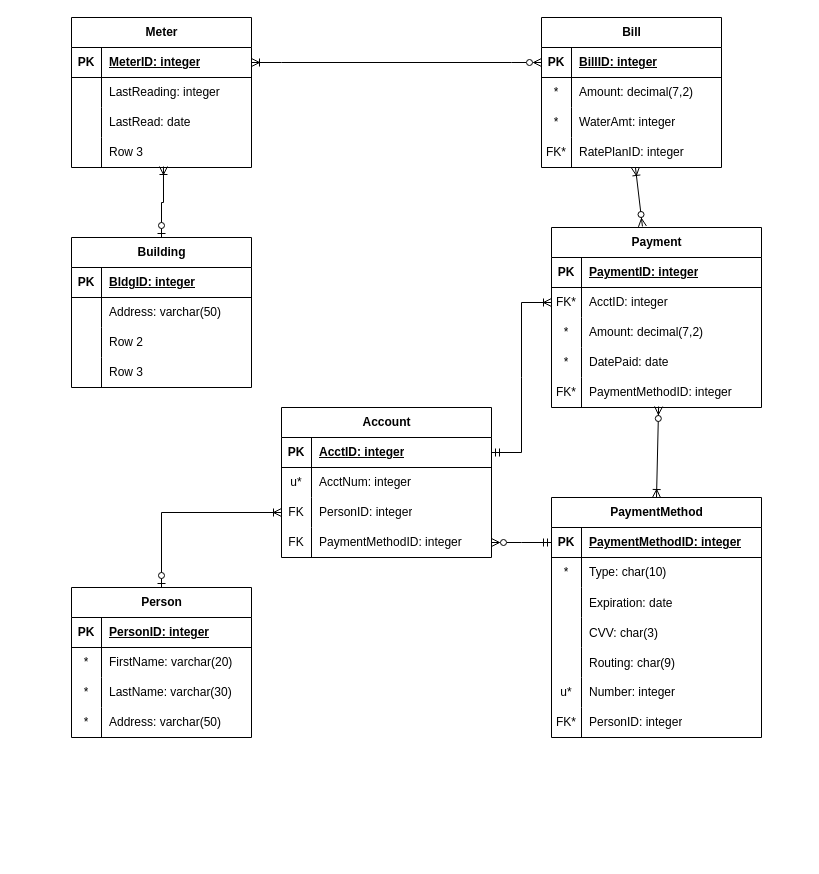
Before: water-system.drawio in phbrownacmorg/csc305fa26, a draw.io diagram. Source tidied: cells renumbered, new cells numbered last; positions are measured from the earlier drawing's top-left corner, leaving out a move shared by most shapes. Both pictures are drawn from the tidied source at 100%, with x=0, y=0 at pixel (71, 17).
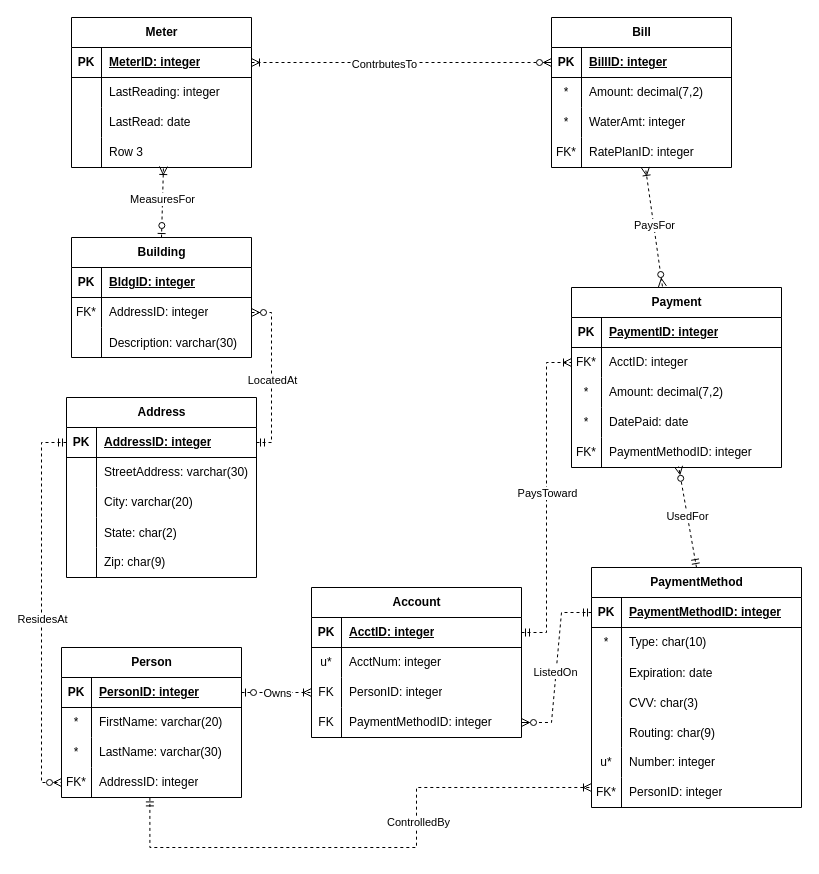
The same page after the edit.

Commit message (it also covers changes not shown here):
Refinement session 1

Unchanged cells that the change refers to:
```xml
<mxCell id="6" style="shape=tableRow;horizontal=0;startSize=0;swimlaneHead=0;swimlaneBody=0;fillColor=none;points=[[0,0.5],[1,0.5]];portConstraint=eastwest;top=0;left=0;right=0;bottom=0;" parent="2" vertex="1">
  <mxGeometry y="60" width="180" height="30" as="geometry" />
</mxCell>
<mxCell id="9" style="shape=tableRow;horizontal=0;startSize=0;swimlaneHead=0;swimlaneBody=0;fillColor=none;top=0;left=0;right=0;bottom=0;" parent="2" vertex="1">
  <mxGeometry y="90" width="180" height="30" as="geometry" />
</mxCell>
<mxCell id="16" style="shape=tableRow;horizontal=0;startSize=0;swimlaneHead=0;swimlaneBody=0;fillColor=none;points=[[0,0.5],[1,0.5]];portConstraint=eastwest;top=0;left=0;right=0;bottom=1;" parent="15" vertex="1">
  <mxGeometry y="30" width="210" height="30" as="geometry" />
</mxCell>
<mxCell id="22" style="shape=tableRow;horizontal=0;startSize=0;swimlaneHead=0;swimlaneBody=0;fillColor=none;points=[[0,0.5],[1,0.5]];portConstraint=eastwest;top=0;left=0;right=0;bottom=0;" parent="15" vertex="1">
  <mxGeometry y="90" width="210" height="30" as="geometry" />
</mxCell>
<mxCell id="25" style="shape=tableRow;horizontal=0;startSize=0;swimlaneHead=0;swimlaneBody=0;fillColor=none;points=[[0,0.5],[1,0.5]];portConstraint=eastwest;top=0;left=0;right=0;bottom=0;" parent="15" vertex="1">
  <mxGeometry y="120" width="210" height="30" as="geometry" />
</mxCell>
<mxCell id="29" style="shape=tableRow;horizontal=0;startSize=0;swimlaneHead=0;swimlaneBody=0;fillColor=none;points=[[0,0.5],[1,0.5]];portConstraint=eastwest;top=0;left=0;right=0;bottom=1;" parent="28" vertex="1">
  <mxGeometry y="30" width="180" height="30" as="geometry" />
</mxCell>
<mxCell id="38" style="shape=tableRow;horizontal=0;startSize=0;swimlaneHead=0;swimlaneBody=0;fillColor=none;points=[[0,0.5],[1,0.5]];portConstraint=eastwest;top=0;left=0;right=0;bottom=0;" parent="28" vertex="1">
  <mxGeometry y="120" width="180" height="30" as="geometry" />
</mxCell>
<mxCell id="42" style="shape=tableRow;horizontal=0;startSize=0;swimlaneHead=0;swimlaneBody=0;fillColor=none;points=[[0,0.5],[1,0.5]];portConstraint=eastwest;top=0;left=0;right=0;bottom=1;" parent="41" vertex="1">
  <mxGeometry y="30" width="180" height="30" as="geometry" />
</mxCell>
<mxCell id="51" style="shape=tableRow;horizontal=0;startSize=0;swimlaneHead=0;swimlaneBody=0;fillColor=none;points=[[0,0.5],[1,0.5]];portConstraint=eastwest;top=0;left=0;right=0;bottom=0;" parent="41" vertex="1">
  <mxGeometry y="120" width="180" height="30" as="geometry" />
</mxCell>
<mxCell id="55" style="shape=tableRow;horizontal=0;startSize=0;swimlaneHead=0;swimlaneBody=0;fillColor=none;points=[[0,0.5],[1,0.5]];portConstraint=eastwest;top=0;left=0;right=0;bottom=1;" parent="54" vertex="1">
  <mxGeometry y="30" width="180" height="30" as="geometry" />
</mxCell>
<mxCell id="64" style="shape=tableRow;horizontal=0;startSize=0;swimlaneHead=0;swimlaneBody=0;fillColor=none;points=[[0,0.5],[1,0.5]];portConstraint=eastwest;top=0;left=0;right=0;bottom=0;" parent="54" vertex="1">
  <mxGeometry y="120" width="180" height="30" as="geometry" />
</mxCell>
<mxCell id="73" style="shape=tableRow;horizontal=0;startSize=0;swimlaneHead=0;swimlaneBody=0;fillColor=none;points=[[0,0.5],[1,0.5]];portConstraint=eastwest;top=0;left=0;right=0;bottom=0;" parent="69" vertex="1">
  <mxGeometry y="60" width="210" height="30" as="geometry" />
</mxCell>
<mxCell id="82" style="shape=tableRow;horizontal=0;startSize=0;swimlaneHead=0;swimlaneBody=0;fillColor=none;points=[[0,0.5],[1,0.5]];portConstraint=eastwest;top=0;left=0;right=0;bottom=0;" parent="69" vertex="1">
  <mxGeometry y="150" width="210" height="30" as="geometry" />
</mxCell>
<mxCell id="86" style="shape=tableRow;horizontal=0;startSize=0;swimlaneHead=0;swimlaneBody=0;fillColor=none;points=[[0,0.5],[1,0.5]];portConstraint=eastwest;top=0;left=0;right=0;bottom=1;" parent="85" vertex="1">
  <mxGeometry y="30" width="210" height="30" as="geometry" />
</mxCell>
<mxCell id="104" style="shape=tableRow;horizontal=0;startSize=0;swimlaneHead=0;swimlaneBody=0;fillColor=none;points=[[0,0.5],[1,0.5]];portConstraint=eastwest;top=0;left=0;right=0;bottom=0;" parent="85" vertex="1">
  <mxGeometry y="210" width="210" height="30" as="geometry" />
</mxCell>
```

The edit, as a diff of the source:
```diff
@@
     <mxCell id="2" value="Building" style="shape=table;startSize=30;childLayout=tableLayout;rowLines=0;fontStyle=1;align=center;html=1;" parent="1" vertex="1">
-      <mxGeometry y="220" width="180" height="150" as="geometry" />
+      <mxGeometry y="220" width="180" height="120" as="geometry" />
     </mxCell>
@@
-    <mxCell id="7" style="shape=partialRectangle;fillColor=none;top=0;left=0;bottom=0;right=0;overflow=hidden;whiteSpace=wrap;html=1;" parent="6" vertex="1">
+    <mxCell id="7" value="FK*" style="shape=partialRectangle;fillColor=none;top=0;left=0;bottom=0;right=0;overflow=hidden;whiteSpace=wrap;html=1;" parent="6" vertex="1">
       <mxGeometry width="30" height="30" as="geometry" />
     </mxCell>
-    <mxCell id="8" value="Address: varchar(50)" style="shape=partialRectangle;fillColor=none;top=0;left=0;bottom=0;right=0;align=left;spacingLeft=6;overflow=hidden;whiteSpace=wrap;html=1;" parent="6" vertex="1">
+    <mxCell id="8" value="AddressID: integer" style="shape=partialRectangle;fillColor=none;top=0;left=0;bottom=0;right=0;align=left;spacingLeft=6;overflow=hidden;whiteSpace=wrap;html=1;" parent="6" vertex="1">
       <mxGeometry x="30" width="150" height="30" as="geometry" />
     </mxCell>
@@
-    <mxCell id="10" style="shape=partialRectangle;fillColor=none;top=0;left=0;bottom=0;right=0;overflow=hidden;whiteSpace=wrap;html=1;" parent="9" vertex="1">
-      <mxGeometry width="30" height="30" as="geometry" />
-    </mxCell>
-    <mxCell id="11" value="Row 2" style="shape=partialRectangle;fillColor=none;top=0;left=0;bottom=0;right=0;align=left;spacingLeft=6;overflow=hidden;whiteSpace=wrap;html=1;" parent="9" vertex="1">
-      <mxGeometry x="30" width="150" height="30" as="geometry" />
-    </mxCell>
-    <mxCell id="12" style="shape=tableRow;horizontal=0;startSize=0;swimlaneHead=0;swimlaneBody=0;fillColor=none;top=0;left=0;right=0;bottom=0;" parent="2" vertex="1">
-      <mxGeometry y="120" width="180" height="30" as="geometry" />
-    </mxCell>
-    <mxCell id="13" style="shape=partialRectangle;fillColor=none;top=0;left=0;bottom=0;right=0;overflow=hidden;whiteSpace=wrap;html=1;" parent="12" vertex="1">
-      <mxGeometry width="30" height="30" as="geometry" />
-    </mxCell>
-    <mxCell id="14" value="Row 3" style="shape=partialRectangle;fillColor=none;top=0;left=0;bottom=0;right=0;align=left;spacingLeft=6;overflow=hidden;whiteSpace=wrap;html=1;" parent="12" vertex="1">
-      <mxGeometry x="30" width="150" height="30" as="geometry" />
-    </mxCell>
+    <mxCell id="112" style="shape=partialRectangle;fillColor=none;top=0;left=0;bottom=0;right=0;overflow=hidden;" parent="9" vertex="1">
+      <mxGeometry width="30" height="30" as="geometry" />
+    </mxCell>
+    <mxCell id="113" value="Description: varchar(30)" style="shape=partialRectangle;fillColor=none;top=0;left=0;bottom=0;right=0;align=left;spacingLeft=6;overflow=hidden;" parent="9" vertex="1">
+      <mxGeometry x="30" width="150" height="30" as="geometry" />
+    </mxCell>
     <mxCell id="15" value="Account" style="shape=table;startSize=30;childLayout=tableLayout;rowLines=0;fontStyle=1;align=center;html=1;" parent="1" vertex="1">
-      <mxGeometry x="210" y="390" width="210" height="150" as="geometry" />
+      <mxGeometry x="240" y="570" width="210" height="150" as="geometry" />
     </mxCell>
@@
     <mxCell id="28" value="Person" style="shape=table;startSize=30;childLayout=tableLayout;rowLines=0;fontStyle=1;align=center;html=1;" parent="1" vertex="1">
-      <mxGeometry y="570" width="180" height="150" as="geometry" />
+      <mxGeometry x="-10" y="630" width="180" height="150" as="geometry" />
     </mxCell>
@@
-    <mxCell id="39" value="*" style="shape=partialRectangle;fillColor=none;top=0;left=0;bottom=0;right=0;overflow=hidden;whiteSpace=wrap;html=1;" parent="38" vertex="1">
+    <mxCell id="39" value="FK*" style="shape=partialRectangle;fillColor=none;top=0;left=0;bottom=0;right=0;overflow=hidden;whiteSpace=wrap;html=1;" parent="38" vertex="1">
       <mxGeometry width="30" height="30" as="geometry" />
     </mxCell>
-    <mxCell id="40" value="Address: varchar(50)" style="shape=partialRectangle;fillColor=none;top=0;left=0;bottom=0;right=0;align=left;spacingLeft=6;overflow=hidden;whiteSpace=wrap;html=1;" parent="38" vertex="1">
+    <mxCell id="40" value="AddressID: integer" style="shape=partialRectangle;fillColor=none;top=0;left=0;bottom=0;right=0;align=left;spacingLeft=6;overflow=hidden;whiteSpace=wrap;html=1;" parent="38" vertex="1">
       <mxGeometry x="30" width="150" height="30" as="geometry" />
     </mxCell>
@@
     <mxCell id="54" value="Bill" style="shape=table;startSize=30;childLayout=tableLayout;rowLines=0;fontStyle=1;align=center;html=1;" parent="1" vertex="1">
-      <mxGeometry x="470" width="180" height="150" as="geometry" />
+      <mxGeometry x="480" width="180" height="150" as="geometry" />
     </mxCell>
@@
-    <mxCell id="67" style="fontSize=12;html=1;endArrow=ERoneToMany;startArrow=ERzeroToOne;rounded=0;exitX=0.5;exitY=0;exitDx=0;exitDy=0;entryX=0.511;entryY=0.967;entryDx=0;entryDy=0;entryPerimeter=0;edgeStyle=orthogonalEdgeStyle;" parent="1" edge="1" source="2" target="51">
+    <mxCell id="67" style="fontSize=12;html=1;endArrow=ERoneToMany;startArrow=ERzeroToOne;rounded=0;exitX=0.5;exitY=0;exitDx=0;exitDy=0;entryX=0.511;entryY=0.967;entryDx=0;entryDy=0;entryPerimeter=0;dashed=1;" parent="1" edge="1" source="2" target="51">
       <mxGeometry relative="1" as="geometry" />
     </mxCell>
+    <mxCell id="114" value="MeasuresFor" style="edgeLabel;html=1;align=center;verticalAlign=middle;" parent="67" vertex="1">
+      <mxGeometry x="0.07" y="1" relative="1" as="geometry" />
+    </mxCell>
-    <mxCell id="68" style="edgeStyle=entityRelationEdgeStyle;fontSize=12;html=1;endArrow=ERzeroToMany;startArrow=ERoneToMany;rounded=0;entryX=0;entryY=0.5;entryDx=0;entryDy=0;exitX=1;exitY=0.5;exitDx=0;exitDy=0;endFill=0;" parent="1" edge="1" source="42" target="55">
+    <mxCell id="68" style="edgeStyle=entityRelationEdgeStyle;fontSize=12;html=1;endArrow=ERzeroToMany;startArrow=ERoneToMany;rounded=0;entryX=0;entryY=0.5;entryDx=0;entryDy=0;exitX=1;exitY=0.5;exitDx=0;exitDy=0;endFill=0;dashed=1;" parent="1" edge="1" source="42" target="55">
       <mxGeometry relative="1" as="geometry" />
     </mxCell>
+    <mxCell id="115" value="ContrbutesTo" style="edgeLabel;html=1;align=center;verticalAlign=middle;" parent="68" vertex="1">
+      <mxGeometry x="-0.12" y="-1" relative="1" as="geometry" />
+    </mxCell>
     <mxCell id="69" value="Payment" style="shape=table;startSize=30;childLayout=tableLayout;rowLines=0;fontStyle=1;align=center;html=1;" parent="1" vertex="1">
-      <mxGeometry x="480" y="210" width="210" height="180" as="geometry" />
+      <mxGeometry x="500" y="270" width="210" height="180" as="geometry" />
     </mxCell>
@@
     <mxCell id="85" value="PaymentMethod" style="shape=table;startSize=30;childLayout=tableLayout;rowLines=0;fontStyle=1;align=center;html=1;" parent="1" vertex="1">
-      <mxGeometry x="480" y="480" width="210" height="240" as="geometry" />
+      <mxGeometry x="520" y="550" width="210" height="240" as="geometry" />
     </mxCell>
@@
-    <mxCell id="107" style="fontSize=12;html=1;endArrow=ERoneToMany;startArrow=ERzeroToMany;rounded=0;entryX=0.522;entryY=1;entryDx=0;entryDy=0;entryPerimeter=0;exitX=0.433;exitY=-0.006;exitDx=0;exitDy=0;exitPerimeter=0;" parent="1" edge="1" source="69" target="64">
+    <mxCell id="107" style="fontSize=12;html=1;endArrow=ERoneToMany;startArrow=ERzeroToMany;rounded=0;entryX=0.522;entryY=1;entryDx=0;entryDy=0;entryPerimeter=0;exitX=0.433;exitY=-0.006;exitDx=0;exitDy=0;exitPerimeter=0;dashed=1;" parent="1" edge="1" source="69" target="64">
       <mxGeometry relative="1" as="geometry" />
     </mxCell>
+    <mxCell id="116" value="PaysFor" style="edgeLabel;html=1;align=center;verticalAlign=middle;" parent="107" vertex="1">
+      <mxGeometry x="0.04" relative="1" as="geometry" />
+    </mxCell>
-    <mxCell id="108" style="fontSize=12;html=1;endArrow=ERzeroToMany;endFill=1;startArrow=ERoneToMany;rounded=0;entryX=0.51;entryY=0.967;entryDx=0;entryDy=0;entryPerimeter=0;exitX=0.5;exitY=0;exitDx=0;exitDy=0;startFill=0;" parent="1" edge="1" source="85" target="82">
+    <mxCell id="108" style="fontSize=12;html=1;endArrow=ERzeroToMany;endFill=1;startArrow=ERmandOne;rounded=0;entryX=0.51;entryY=0.967;entryDx=0;entryDy=0;entryPerimeter=0;exitX=0.5;exitY=0;exitDx=0;exitDy=0;startFill=0;dashed=1;" parent="1" edge="1" source="85" target="82">
       <mxGeometry relative="1" as="geometry" />
     </mxCell>
+    <mxCell id="117" value="UsedFor" style="edgeLabel;html=1;align=center;verticalAlign=middle;" parent="108" vertex="1">
+      <mxGeometry x="0.01" relative="1" as="geometry" />
+    </mxCell>
-    <mxCell id="109" style="edgeStyle=entityRelationEdgeStyle;fontSize=12;html=1;endArrow=ERoneToMany;startArrow=ERmandOne;rounded=0;entryX=0;entryY=0.5;entryDx=0;entryDy=0;exitX=1;exitY=0.5;exitDx=0;exitDy=0;startFill=0;" parent="1" edge="1" source="16" target="73">
+    <mxCell id="109" style="fontSize=12;html=1;endArrow=ERoneToMany;startArrow=ERmandOne;rounded=0;entryX=0;entryY=0.5;entryDx=0;entryDy=0;exitX=1;exitY=0.5;exitDx=0;exitDy=0;startFill=0;dashed=1;edgeStyle=orthogonalEdgeStyle;" parent="1" edge="1" source="16" target="73">
       <mxGeometry relative="1" as="geometry" />
     </mxCell>
+    <mxCell id="118" value="PaysToward" style="edgeLabel;html=1;align=center;verticalAlign=middle;" parent="109" vertex="1">
+      <mxGeometry x="0.03" relative="1" as="geometry" />
+    </mxCell>
-    <mxCell id="110" style="edgeStyle=entityRelationEdgeStyle;fontSize=12;html=1;endArrow=ERzeroToMany;startArrow=ERmandOne;rounded=0;entryX=1;entryY=0.5;entryDx=0;entryDy=0;exitX=0;exitY=0.5;exitDx=0;exitDy=0;startFill=0;endFill=0;" parent="1" edge="1" source="86" target="25">
+    <mxCell id="110" style="edgeStyle=entityRelationEdgeStyle;fontSize=12;html=1;endArrow=ERzeroToMany;startArrow=ERmandOne;rounded=0;entryX=1;entryY=0.5;entryDx=0;entryDy=0;exitX=0;exitY=0.5;exitDx=0;exitDy=0;startFill=0;endFill=0;dashed=1;" parent="1" edge="1" source="86" target="25">
       <mxGeometry relative="1" as="geometry" />
     </mxCell>
+    <mxCell id="119" value="ListedOn" style="edgeLabel;html=1;align=center;verticalAlign=middle;" parent="110" vertex="1">
+      <mxGeometry x="0.06" y="-2" relative="1" as="geometry">
+        <mxPoint x="1" as="offset" />
+      </mxGeometry>
+    </mxCell>
-    <mxCell id="111" style="edgeStyle=orthogonalEdgeStyle;fontSize=12;html=1;endArrow=ERoneToMany;startArrow=ERzeroToOne;rounded=0;entryX=0;entryY=0.5;entryDx=0;entryDy=0;exitX=0.5;exitY=0;exitDx=0;exitDy=0;" parent="1" edge="1" source="28" target="22">
+    <mxCell id="111" style="fontSize=12;html=1;endArrow=ERoneToMany;startArrow=ERzeroToOne;rounded=0;entryX=0;entryY=0.5;entryDx=0;entryDy=0;exitX=1;exitY=0.5;exitDx=0;exitDy=0;dashed=1;edgeStyle=orthogonalEdgeStyle;" parent="1" edge="1" source="29" target="22">
       <mxGeometry relative="1" as="geometry" />
     </mxCell>
+    <mxCell id="120" value="Owns" style="edgeLabel;html=1;align=center;verticalAlign=middle;" parent="111" vertex="1">
+      <mxGeometry x="-0.01" relative="1" as="geometry" />
+    </mxCell>
+    <mxCell id="121" value="Address" style="shape=table;startSize=30;childLayout=tableLayout;rowLines=0;fontStyle=1;align=center;html=1;" parent="1" vertex="1">
+      <mxGeometry x="-5" y="380" width="190" height="180" as="geometry" />
+    </mxCell>
+    <mxCell id="122" style="shape=tableRow;horizontal=0;startSize=0;swimlaneHead=0;swimlaneBody=0;fillColor=none;points=[[0,0.5],[1,0.5]];portConstraint=eastwest;top=0;left=0;right=0;bottom=1;" parent="121" vertex="1">
+      <mxGeometry y="30" width="190" height="30" as="geometry" />
+    </mxCell>
+    <mxCell id="123" value="PK" style="shape=partialRectangle;fillColor=none;top=0;left=0;bottom=0;right=0;fontStyle=1;overflow=hidden;whiteSpace=wrap;html=1;" parent="122" vertex="1">
+      <mxGeometry width="30" height="30" as="geometry" />
+    </mxCell>
+    <mxCell id="124" value="AddressID: integer" style="shape=partialRectangle;fillColor=none;top=0;left=0;bottom=0;right=0;align=left;spacingLeft=6;fontStyle=5;overflow=hidden;whiteSpace=wrap;html=1;" parent="122" vertex="1">
+      <mxGeometry x="30" width="160" height="30" as="geometry" />
+    </mxCell>
+    <mxCell id="125" style="shape=tableRow;horizontal=0;startSize=0;swimlaneHead=0;swimlaneBody=0;fillColor=none;top=0;left=0;right=0;bottom=0;" parent="121" vertex="1">
+      <mxGeometry y="60" width="190" height="30" as="geometry" />
+    </mxCell>
+    <mxCell id="126" style="shape=partialRectangle;fillColor=none;top=0;left=0;bottom=0;right=0;overflow=hidden;whiteSpace=wrap;html=1;" parent="125" vertex="1">
+      <mxGeometry width="30" height="30" as="geometry" />
+    </mxCell>
+    <mxCell id="127" value="StreetAddress: varchar(30)" style="shape=partialRectangle;fillColor=none;top=0;left=0;bottom=0;right=0;align=left;spacingLeft=6;overflow=hidden;whiteSpace=wrap;html=1;" parent="125" vertex="1">
+      <mxGeometry x="30" width="160" height="30" as="geometry" />
+    </mxCell>
+    <mxCell id="128" style="shape=tableRow;horizontal=0;startSize=0;swimlaneHead=0;swimlaneBody=0;fillColor=none;top=0;left=0;right=0;bottom=0;" parent="121" vertex="1">
+      <mxGeometry y="90" width="190" height="30" as="geometry" />
+    </mxCell>
+    <mxCell id="129" style="shape=partialRectangle;fillColor=none;top=0;left=0;bottom=0;right=0;overflow=hidden;whiteSpace=wrap;html=1;" parent="128" vertex="1">
+      <mxGeometry width="30" height="30" as="geometry" />
+    </mxCell>
+    <mxCell id="130" value="City: varchar(20)" style="shape=partialRectangle;fillColor=none;top=0;left=0;bottom=0;right=0;align=left;spacingLeft=6;overflow=hidden;whiteSpace=wrap;html=1;" parent="128" vertex="1">
+      <mxGeometry x="30" width="160" height="30" as="geometry" />
+    </mxCell>
+    <mxCell id="131" style="shape=tableRow;horizontal=0;startSize=0;swimlaneHead=0;swimlaneBody=0;fillColor=none;top=0;left=0;right=0;bottom=0;" parent="121" vertex="1">
+      <mxGeometry y="120" width="190" height="30" as="geometry" />
+    </mxCell>
+    <mxCell id="132" style="shape=partialRectangle;fillColor=none;top=0;left=0;bottom=0;right=0;overflow=hidden;" parent="131" vertex="1">
+      <mxGeometry width="30" height="30" as="geometry" />
+    </mxCell>
+    <mxCell id="133" value="State: char(2)" style="shape=partialRectangle;fillColor=none;top=0;left=0;bottom=0;right=0;align=left;spacingLeft=6;overflow=hidden;" parent="131" vertex="1">
+      <mxGeometry x="30" width="160" height="30" as="geometry" />
+    </mxCell>
+    <mxCell id="134" style="shape=tableRow;horizontal=0;startSize=0;swimlaneHead=0;swimlaneBody=0;fillColor=none;top=0;left=0;right=0;bottom=0;" parent="121" vertex="1">
+      <mxGeometry y="150" width="190" height="30" as="geometry" />
+    </mxCell>
+    <mxCell id="135" style="shape=partialRectangle;fillColor=none;top=0;left=0;bottom=0;right=0;overflow=hidden;whiteSpace=wrap;html=1;" parent="134" vertex="1">
+      <mxGeometry width="30" height="30" as="geometry" />
+    </mxCell>
+    <mxCell id="136" value="Zip: char(9)" style="shape=partialRectangle;fillColor=none;top=0;left=0;bottom=0;right=0;align=left;spacingLeft=6;overflow=hidden;whiteSpace=wrap;html=1;" parent="134" vertex="1">
+      <mxGeometry x="30" width="160" height="30" as="geometry" />
+    </mxCell>
+    <mxCell id="137" style="fontSize=12;html=1;endArrow=ERzeroToMany;startArrow=ERmandOne;rounded=0;exitX=0;exitY=0.5;exitDx=0;exitDy=0;entryX=0;entryY=0.5;entryDx=0;entryDy=0;dashed=1;edgeStyle=orthogonalEdgeStyle;" parent="1" edge="1" source="122" target="38">
+      <mxGeometry relative="1" as="geometry">
+        <Array as="points">
+          <mxPoint x="-30" y="425" />
+          <mxPoint x="-30" y="765" />
+        </Array>
+      </mxGeometry>
+    </mxCell>
+    <mxCell id="138" value="ResidesAt" style="edgeLabel;html=1;align=center;verticalAlign=middle;" parent="137" vertex="1">
+      <mxGeometry x="0.11" relative="1" as="geometry">
+        <mxPoint y="-13" as="offset" />
+      </mxGeometry>
+    </mxCell>
+    <mxCell id="139" style="fontSize=12;html=1;endArrow=ERzeroToMany;startArrow=ERmandOne;rounded=0;exitX=1;exitY=0.5;exitDx=0;exitDy=0;entryX=1;entryY=0.5;entryDx=0;entryDy=0;dashed=1;edgeStyle=orthogonalEdgeStyle;" parent="1" edge="1" source="122" target="6">
+      <mxGeometry relative="1" as="geometry">
+        <Array as="points">
+          <mxPoint x="200" y="425" />
+          <mxPoint x="200" y="295" />
+        </Array>
+      </mxGeometry>
+    </mxCell>
+    <mxCell id="140" value="LocatedAt" style="edgeLabel;html=1;align=center;verticalAlign=middle;" parent="139" vertex="1">
+      <mxGeometry x="-0.06" relative="1" as="geometry" />
+    </mxCell>
+    <mxCell id="141" style="edgeStyle=orthogonalEdgeStyle;fontSize=12;html=1;endArrow=ERoneToMany;startArrow=ERmandOne;rounded=0;exitX=0.491;exitY=1.014;exitDx=0;exitDy=0;exitPerimeter=0;entryX=0;entryY=0.333;entryDx=0;entryDy=0;entryPerimeter=0;dashed=1;" parent="1" edge="1" source="38" target="104">
+      <mxGeometry relative="1" as="geometry">
+        <Array as="points">
+          <mxPoint x="78.4" y="830" />
+          <mxPoint x="345" y="830" />
+          <mxPoint x="345" y="770" />
+        </Array>
+      </mxGeometry>
+    </mxCell>
+    <mxCell id="142" value="ControlledBy" style="edgeLabel;html=1;align=center;verticalAlign=middle;" parent="141" vertex="1">
+      <mxGeometry x="0.24" y="-1" relative="1" as="geometry" />
+    </mxCell>
```
